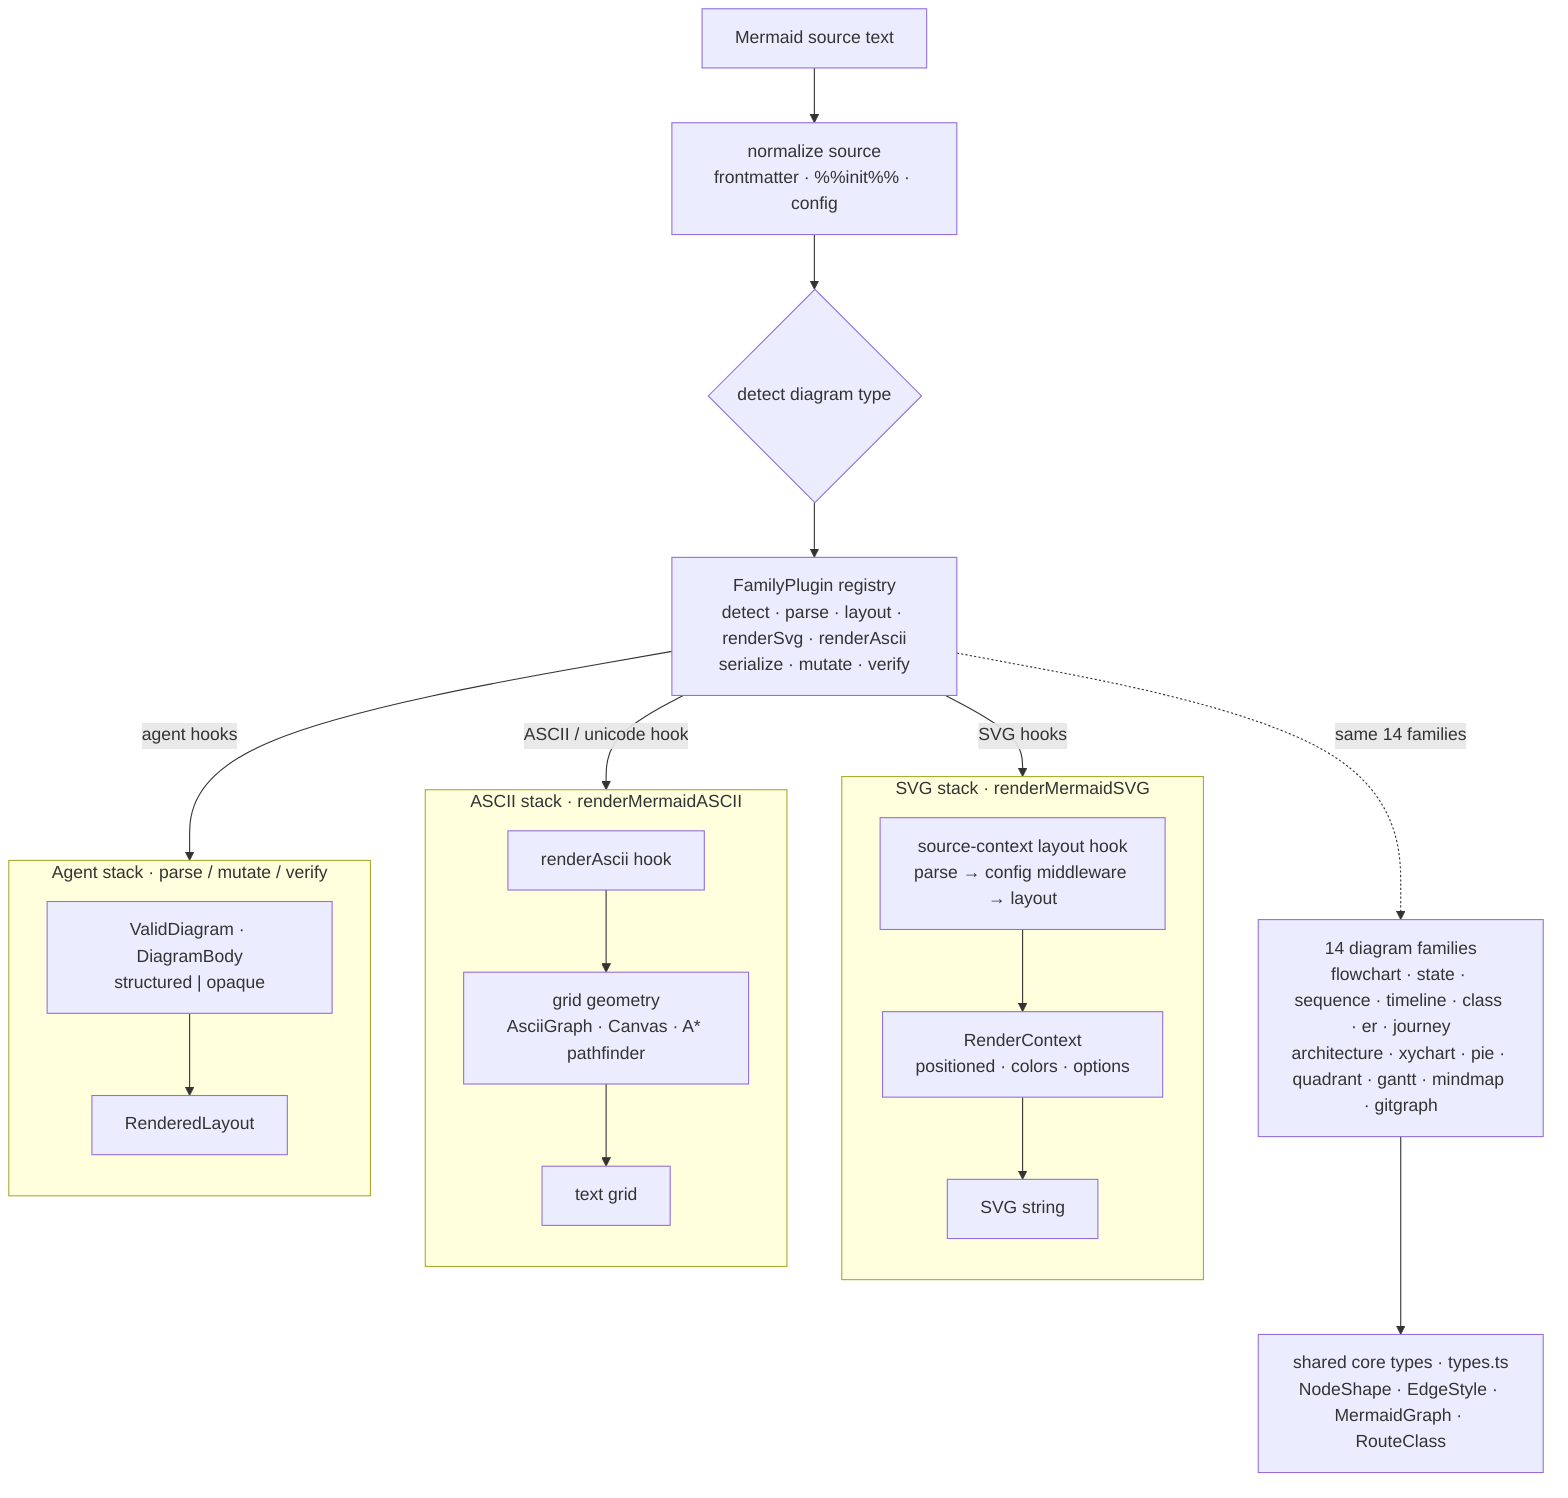
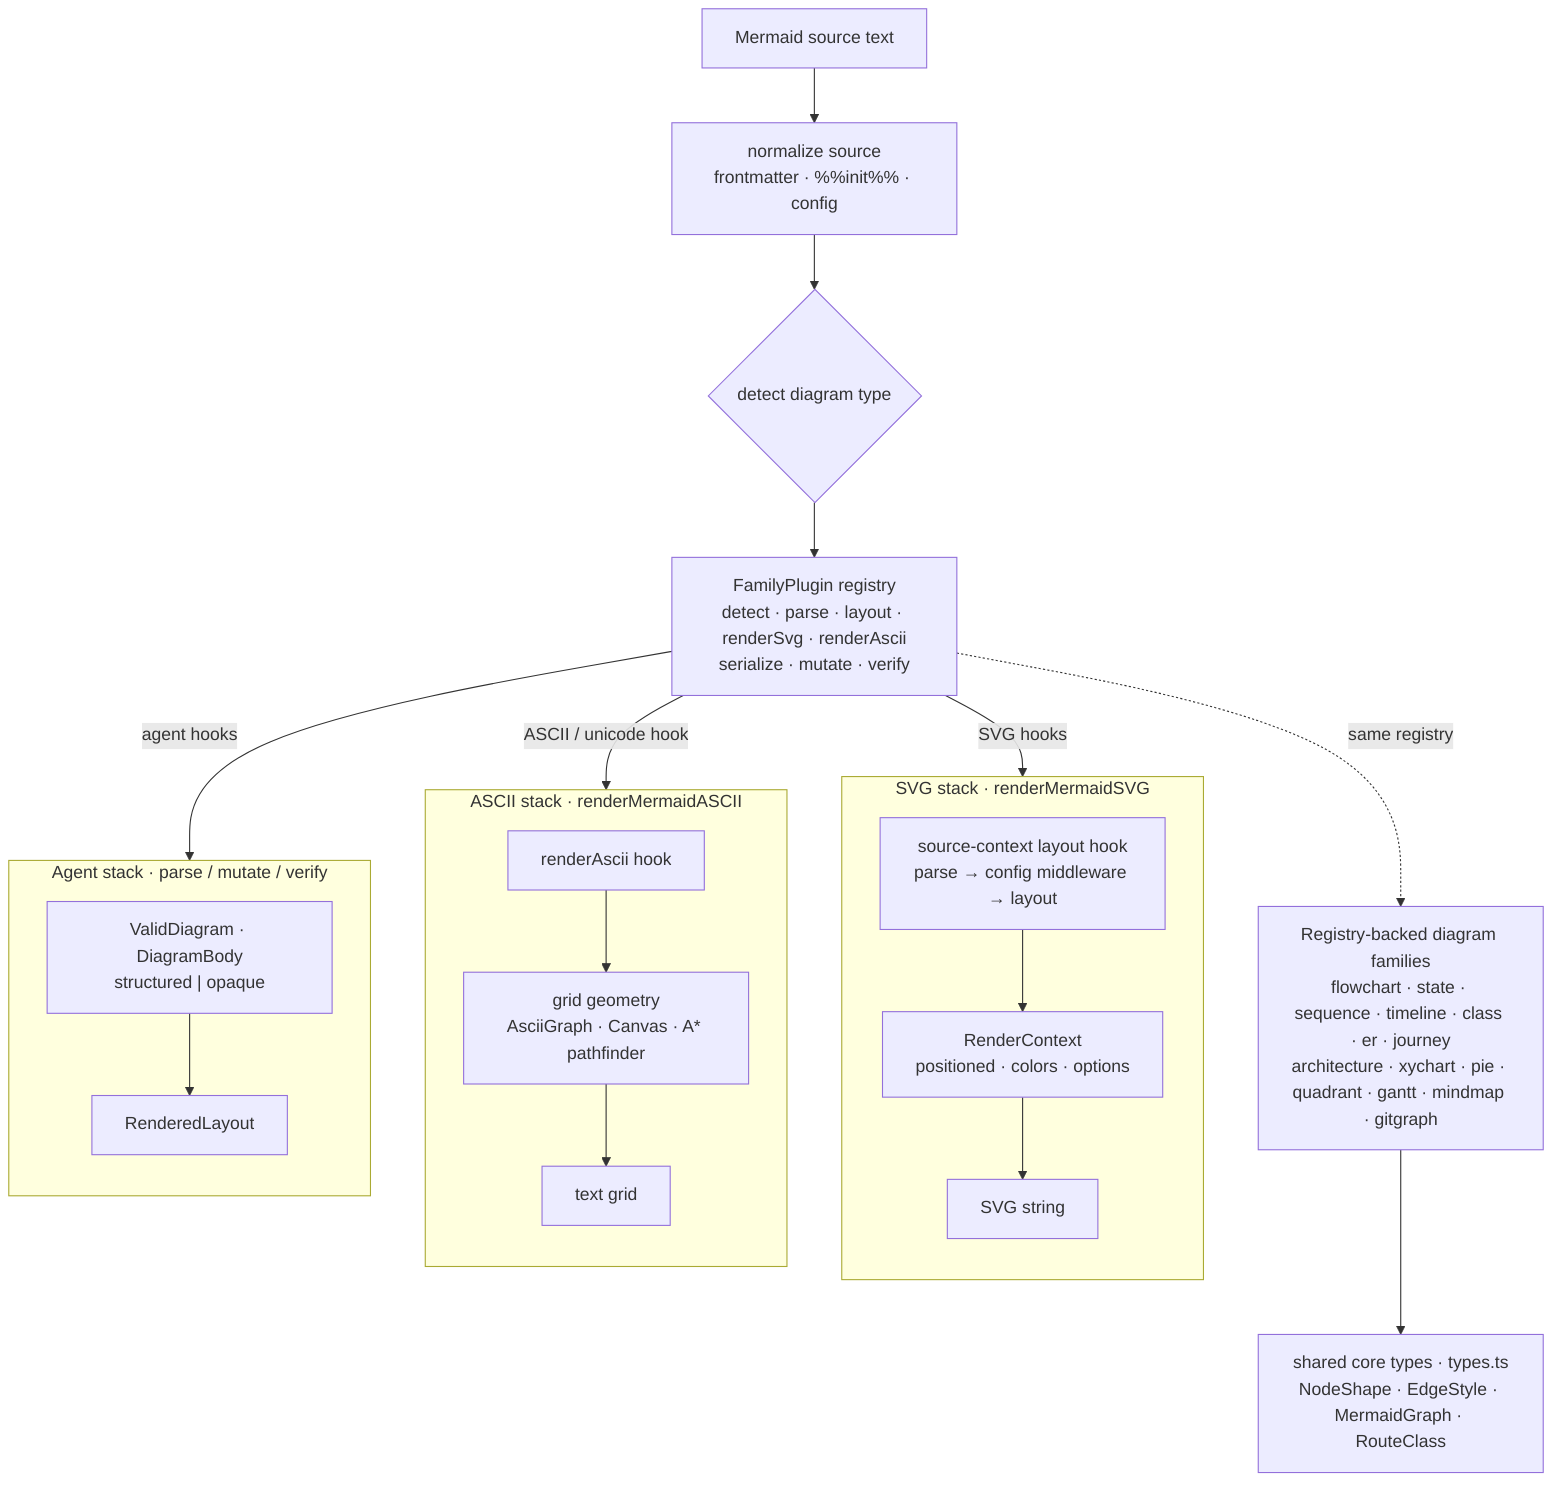
graph TD
  SRC["Mermaid source text"] --> NORM["normalize source<br/>frontmatter · %%init%% · config"]
  NORM --> DET{"detect diagram type"}
  DET --> REG["FamilyPlugin registry<br/>detect · parse · layout · renderSvg · renderAscii<br/>serialize · mutate · verify"]

  subgraph SVGSTACK["SVG stack · renderMermaidSVG"]
    direction TB
    L1["source-context layout hook<br/>parse → config middleware → layout"] --> CTX["RenderContext<br/>positioned · colors · options"]
    CTX --> O1["SVG string"]
  end

  subgraph ASCIISTACK["ASCII stack · renderMermaidASCII"]
    direction TB
    L2["renderAscii hook"] --> GRID["grid geometry<br/>AsciiGraph · Canvas · A* pathfinder"]
    GRID --> O2["text grid"]
  end

  subgraph AGENTSTACK["Agent stack · parse / mutate / verify"]
    direction TB
    VD["ValidDiagram · DiagramBody<br/>structured | opaque"] --> RL["RenderedLayout"]
  end

  REG -->|"SVG hooks"| L1
  REG -->|"ASCII / unicode hook"| L2
  REG -->|"agent hooks"| VD

-   REG -.same 14 families.-> FAM
-   FAM["14 diagram families<br/>flowchart · state · sequence · timeline · class · er · journey<br/>architecture · xychart · pie · quadrant · gantt · mindmap · gitgraph"]
+   REG -.same registry.-> FAM
+   FAM["Registry-backed diagram families<br/>flowchart · state · sequence · timeline · class · er · journey<br/>architecture · xychart · pie · quadrant · gantt · mindmap · gitgraph"]
  FAM --> CORE["shared core types · types.ts<br/>NodeShape · EdgeStyle · MermaidGraph · RouteClass"]
